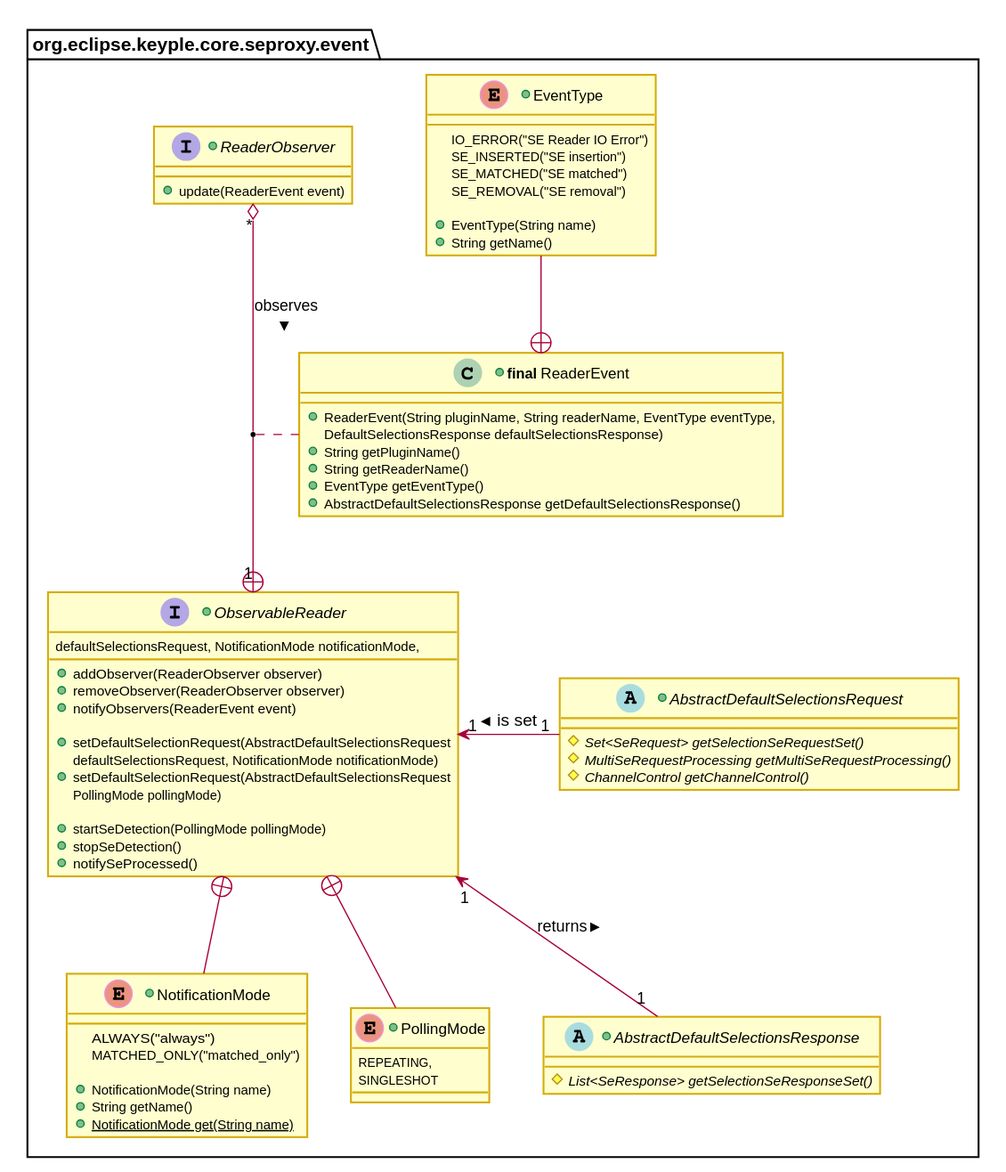
The PlantUML diagram docs/KeypleCoreApi/ApplicationApi/img/KeypleCore_ApplicationApi_ClassDiag_SE_Proxy_ObservablePluginAndReaderEvents_0_8_0_p2.svg in calypsonet/keyple, before a commit. Its diagram source:
```plantuml
@startuml
skinparam ClassBorderColor #D4AC0D
skinparam stereotypeABorderColor #A9DCDF
skinparam stereotypeIBorderColor #B4A7E5
skinparam stereotypeCBorderColor #ADD1B2
skinparam stereotypeEBorderColor #EB93DF
skinparam shadowing false

skinparam ClassBackgroundColor<<red>> #FDEDEC
skinparam ClassBorderColor<<red>> #E74C3C
hide <<red>> stereotype
skinparam ClassBackgroundColor<<purple>> #F4ECF7
skinparam ClassBorderColor<<purple>> #8E44AD
hide <<purple>> stereotype
skinparam ClassBackgroundColor<<blue>> #EBF5FB
skinparam ClassBorderColor<<blue>> #3498DB
hide <<blue>> stereotype
skinparam ClassBackgroundColor<<green>> #EAFAF1
skinparam ClassBorderColor<<green>> #2ECC71
hide <<green>> stereotype
skinparam ClassBackgroundColor<<grey>> #EAECEE
skinparam ClassBorderColor<<grey>> #2C3E50
hide <<grey>> stereotype

package org.eclipse.keyple.core.seproxy.event #FFFFFF {
+enum "EventType" as EventType_Reader {
  IO_ERROR("SE Reader IO Error")
  SE_INSERTED("SE insertion")
  SE_MATCHED("SE matched")
  SE_REMOVAL("SE removal")

  +EventType(String name)
  +String getName()
}

+class "<b>final</b> ReaderEvent" as ReaderEvent {
  +ReaderEvent(String pluginName, String readerName, EventType eventType,
    DefaultSelectionsResponse defaultSelectionsResponse)
  +String getPluginName()
  +String getReaderName()
  +EventType getEventType()
  +AbstractDefaultSelectionsResponse getDefaultSelectionsResponse()
}

  EventType_Reader --+ ReaderEvent

  +interface ReaderObserver {
    +update(ReaderEvent event)
  }

+enum NotificationMode {
  ALWAYS("always")
  MATCHED_ONLY("matched_only")

  +NotificationMode(String name)
  +String getName()
  +{static}NotificationMode get(String name)
}

+enum PollingMode {
  REPEATING,
  SINGLESHOT
}
+abstract AbstractDefaultSelectionsRequest {
  {abstract} #Set<SeRequest> getSelectionSeRequestSet()
  {abstract} #MultiSeRequestProcessing getMultiSeRequestProcessing()
  {abstract} #ChannelControl getChannelControl()
}

+abstract AbstractDefaultSelectionsResponse {
  {abstract} #List<SeResponse> getSelectionSeResponseSet()
}
+interface ObservableReader {
  +addObserver(ReaderObserver observer)
  +removeObserver(ReaderObserver observer)
  +notifyObservers(ReaderEvent event)

  +setDefaultSelectionRequest(AbstractDefaultSelectionsRequest
    defaultSelectionsRequest, NotificationMode notificationMode)
  +setDefaultSelectionRequest(AbstractDefaultSelectionsRequest
    defaultSelectionsRequest, NotificationMode notificationMode,
    PollingMode pollingMode)

  +startSeDetection(PollingMode pollingMode)
  +stopSeDetection()
  +notifySeProcessed()
}

  ObservableReader +-down- NotificationMode
  ObservableReader +-down- PollingMode

  ReaderObserver "1" +-down-o "*" ObservableReader : observes <
  (ReaderObserver, ObservableReader) . ReaderEvent

  AbstractDefaultSelectionsRequest "1" -left-> "1" ObservableReader : is set >
  AbstractDefaultSelectionsResponse "1" --> "1" ObservableReader : returns <
  AbstractDefaultSelectionsRequest -down[hidden]- AbstractDefaultSelectionsResponse
}
@enduml
```
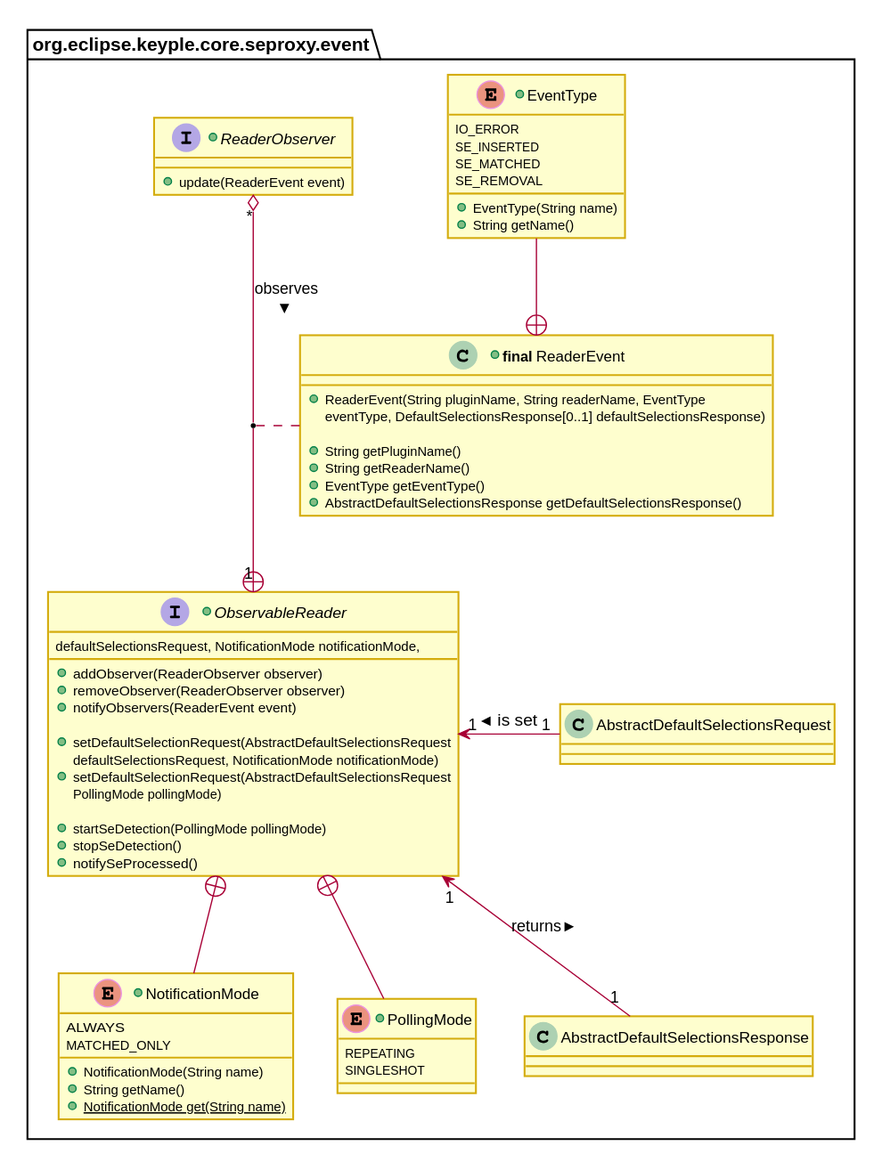
Above is the later version.

Change to the diagram source:
```diff
@@ -24,18 +24,18 @@
 
 package org.eclipse.keyple.core.seproxy.event #FFFFFF {
 +enum "EventType" as EventType_Reader {
-  IO_ERROR("SE Reader IO Error")
-  SE_INSERTED("SE insertion")
-  SE_MATCHED("SE matched")
-  SE_REMOVAL("SE removal")
-
+  IO_ERROR
+  SE_INSERTED
+  SE_MATCHED
+  SE_REMOVAL
   +EventType(String name)
   +String getName()
 }
 
 +class "<b>final</b> ReaderEvent" as ReaderEvent {
-  +ReaderEvent(String pluginName, String readerName, EventType eventType,
-    DefaultSelectionsResponse defaultSelectionsResponse)
+  +ReaderEvent(String pluginName, String readerName, EventType
+  eventType, DefaultSelectionsResponse[0..1] defaultSelectionsResponse)
+
   +String getPluginName()
   +String getReaderName()
   +EventType getEventType()
@@ -49,26 +49,16 @@
   }
 
 +enum NotificationMode {
-  ALWAYS("always")
-  MATCHED_ONLY("matched_only")
-
+  ALWAYS
+  MATCHED_ONLY
   +NotificationMode(String name)
   +String getName()
   +{static}NotificationMode get(String name)
 }
 
 +enum PollingMode {
-  REPEATING,
+  REPEATING
   SINGLESHOT
-}
-+abstract AbstractDefaultSelectionsRequest {
-  {abstract} #Set<SeRequest> getSelectionSeRequestSet()
-  {abstract} #MultiSeRequestProcessing getMultiSeRequestProcessing()
-  {abstract} #ChannelControl getChannelControl()
-}
-
-+abstract AbstractDefaultSelectionsResponse {
-  {abstract} #List<SeResponse> getSelectionSeResponseSet()
 }
 +interface ObservableReader {
   +addObserver(ReaderObserver observer)
```
